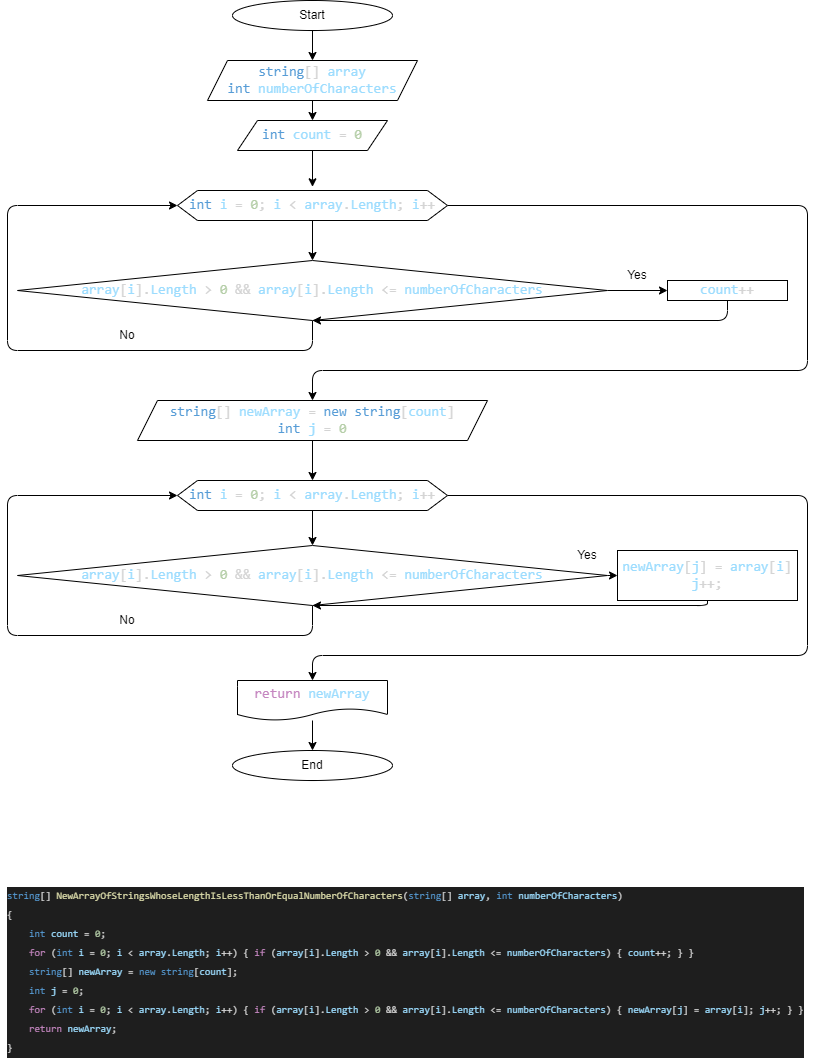
Earlier version of the draw.io export Case_1.Drawio.png (Andkor92/Block_1_ControlWork). Source tidied: cells renumbered, new cells last; positions are measured from the earlier drawing's top-left corner, leaving out a move shared by most shapes.
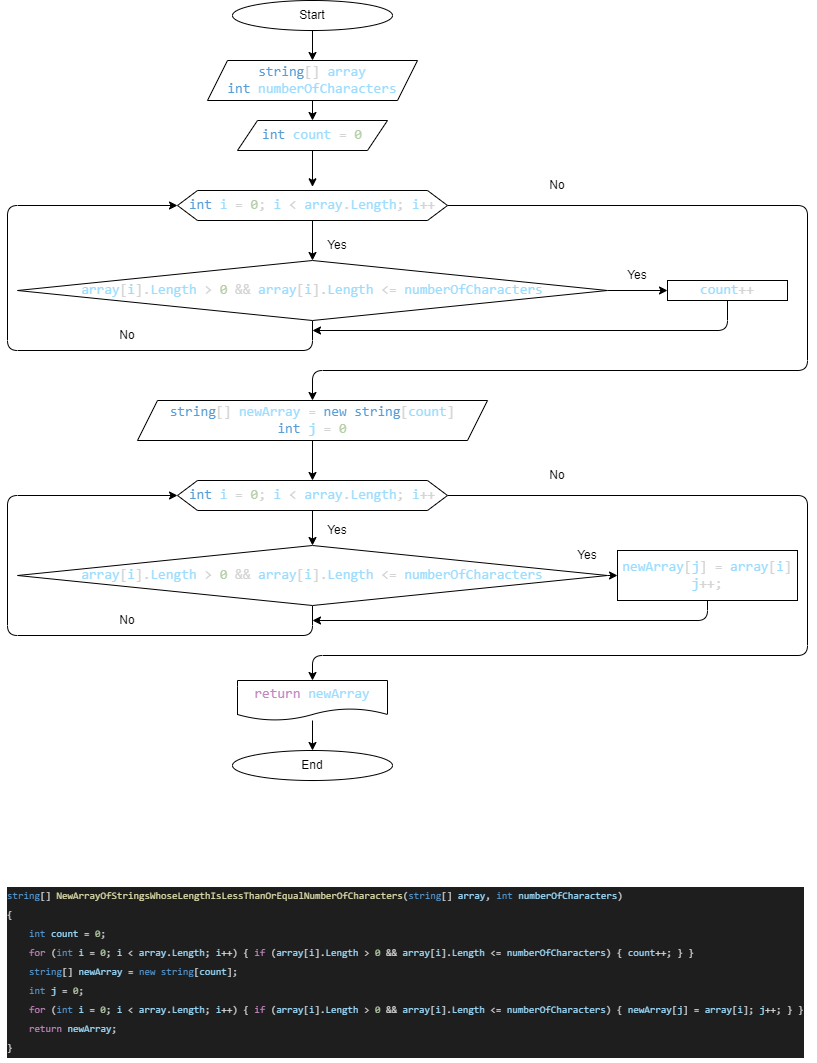
After the commit.

Commit message:
Added a flowchart for case 2

Diff of the diagram source:
```diff
@@ -47,10 +47,11 @@
     <mxCell id="12" value="&lt;span style=&quot;font-family: &amp;#34;consolas&amp;#34; , &amp;#34;courier new&amp;#34; , monospace ; font-size: 14px ; text-align: left ; color: rgb(156 , 220 , 254)&quot;&gt;array&lt;/span&gt;&lt;span style=&quot;color: rgb(212 , 212 , 212) ; font-family: &amp;#34;consolas&amp;#34; , &amp;#34;courier new&amp;#34; , monospace ; font-size: 14px ; text-align: left&quot;&gt;[&lt;/span&gt;&lt;span style=&quot;font-family: &amp;#34;consolas&amp;#34; , &amp;#34;courier new&amp;#34; , monospace ; font-size: 14px ; text-align: left ; color: rgb(156 , 220 , 254)&quot;&gt;i&lt;/span&gt;&lt;span style=&quot;color: rgb(212 , 212 , 212) ; font-family: &amp;#34;consolas&amp;#34; , &amp;#34;courier new&amp;#34; , monospace ; font-size: 14px ; text-align: left&quot;&gt;]&lt;/span&gt;&lt;span style=&quot;color: rgb(212 , 212 , 212) ; font-family: &amp;#34;consolas&amp;#34; , &amp;#34;courier new&amp;#34; , monospace ; font-size: 14px ; text-align: left&quot;&gt;.&lt;/span&gt;&lt;span style=&quot;font-family: &amp;#34;consolas&amp;#34; , &amp;#34;courier new&amp;#34; , monospace ; font-size: 14px ; text-align: left ; color: rgb(156 , 220 , 254)&quot;&gt;Length&lt;/span&gt;&lt;span style=&quot;color: rgb(212 , 212 , 212) ; font-family: &amp;#34;consolas&amp;#34; , &amp;#34;courier new&amp;#34; , monospace ; font-size: 14px ; text-align: left&quot;&gt;&amp;nbsp;&lt;/span&gt;&lt;span style=&quot;color: rgb(212 , 212 , 212) ; font-family: &amp;#34;consolas&amp;#34; , &amp;#34;courier new&amp;#34; , monospace ; font-size: 14px ; text-align: left&quot;&gt;&amp;gt;&lt;/span&gt;&lt;span style=&quot;color: rgb(212 , 212 , 212) ; font-family: &amp;#34;consolas&amp;#34; , &amp;#34;courier new&amp;#34; , monospace ; font-size: 14px ; text-align: left&quot;&gt;&amp;nbsp;&lt;/span&gt;&lt;span style=&quot;font-family: &amp;#34;consolas&amp;#34; , &amp;#34;courier new&amp;#34; , monospace ; font-size: 14px ; text-align: left ; color: rgb(181 , 206 , 168)&quot;&gt;0&lt;/span&gt;&lt;span style=&quot;color: rgb(212 , 212 , 212) ; font-family: &amp;#34;consolas&amp;#34; , &amp;#34;courier new&amp;#34; , monospace ; font-size: 14px ; text-align: left&quot;&gt;&amp;nbsp;&lt;/span&gt;&lt;span style=&quot;color: rgb(212 , 212 , 212) ; font-family: &amp;#34;consolas&amp;#34; , &amp;#34;courier new&amp;#34; , monospace ; font-size: 14px ; text-align: left&quot;&gt;&amp;amp;&amp;amp;&lt;/span&gt;&lt;span style=&quot;color: rgb(212 , 212 , 212) ; font-family: &amp;#34;consolas&amp;#34; , &amp;#34;courier new&amp;#34; , monospace ; font-size: 14px ; text-align: left&quot;&gt;&amp;nbsp;&lt;/span&gt;&lt;span style=&quot;font-family: &amp;#34;consolas&amp;#34; , &amp;#34;courier new&amp;#34; , monospace ; font-size: 14px ; text-align: left ; color: rgb(156 , 220 , 254)&quot;&gt;array&lt;/span&gt;&lt;span style=&quot;color: rgb(212 , 212 , 212) ; font-family: &amp;#34;consolas&amp;#34; , &amp;#34;courier new&amp;#34; , monospace ; font-size: 14px ; text-align: left&quot;&gt;[&lt;/span&gt;&lt;span style=&quot;font-family: &amp;#34;consolas&amp;#34; , &amp;#34;courier new&amp;#34; , monospace ; font-size: 14px ; text-align: left ; color: rgb(156 , 220 , 254)&quot;&gt;i&lt;/span&gt;&lt;span style=&quot;color: rgb(212 , 212 , 212) ; font-family: &amp;#34;consolas&amp;#34; , &amp;#34;courier new&amp;#34; , monospace ; font-size: 14px ; text-align: left&quot;&gt;]&lt;/span&gt;&lt;span style=&quot;color: rgb(212 , 212 , 212) ; font-family: &amp;#34;consolas&amp;#34; , &amp;#34;courier new&amp;#34; , monospace ; font-size: 14px ; text-align: left&quot;&gt;.&lt;/span&gt;&lt;span style=&quot;font-family: &amp;#34;consolas&amp;#34; , &amp;#34;courier new&amp;#34; , monospace ; font-size: 14px ; text-align: left ; color: rgb(156 , 220 , 254)&quot;&gt;Length&lt;/span&gt;&lt;span style=&quot;color: rgb(212 , 212 , 212) ; font-family: &amp;#34;consolas&amp;#34; , &amp;#34;courier new&amp;#34; , monospace ; font-size: 14px ; text-align: left&quot;&gt;&amp;nbsp;&lt;/span&gt;&lt;span style=&quot;color: rgb(212 , 212 , 212) ; font-family: &amp;#34;consolas&amp;#34; , &amp;#34;courier new&amp;#34; , monospace ; font-size: 14px ; text-align: left&quot;&gt;&amp;lt;=&lt;/span&gt;&lt;span style=&quot;color: rgb(212 , 212 , 212) ; font-family: &amp;#34;consolas&amp;#34; , &amp;#34;courier new&amp;#34; , monospace ; font-size: 14px ; text-align: left&quot;&gt;&amp;nbsp;&lt;/span&gt;&lt;span style=&quot;font-family: &amp;#34;consolas&amp;#34; , &amp;#34;courier new&amp;#34; , monospace ; font-size: 14px ; text-align: left ; color: rgb(156 , 220 , 254)&quot;&gt;numberOfCharacters&lt;/span&gt;" style="rhombus;whiteSpace=wrap;html=1;labelBackgroundColor=none;" parent="1" vertex="1">
       <mxGeometry x="12" y="260" width="590" height="60" as="geometry" />
     </mxCell>
-    <mxCell id="13" style="edgeStyle=none;html=1;entryX=0.5;entryY=1;entryDx=0;entryDy=0;" parent="1" edge="1" source="14" target="12">
+    <mxCell id="13" style="edgeStyle=none;html=1;" parent="1" edge="1" source="14">
       <mxGeometry relative="1" as="geometry">
+        <mxPoint x="307" y="330" as="targetPoint" />
         <Array as="points">
-          <mxPoint x="722" y="320" />
+          <mxPoint x="722" y="330" />
         </Array>
       </mxGeometry>
     </mxCell>
@@ -90,10 +91,11 @@
     <mxCell id="21" value="&lt;span style=&quot;font-family: &amp;#34;consolas&amp;#34; , &amp;#34;courier new&amp;#34; , monospace ; font-size: 14px ; text-align: left ; color: rgb(156 , 220 , 254)&quot;&gt;array&lt;/span&gt;&lt;span style=&quot;color: rgb(212 , 212 , 212) ; font-family: &amp;#34;consolas&amp;#34; , &amp;#34;courier new&amp;#34; , monospace ; font-size: 14px ; text-align: left&quot;&gt;[&lt;/span&gt;&lt;span style=&quot;font-family: &amp;#34;consolas&amp;#34; , &amp;#34;courier new&amp;#34; , monospace ; font-size: 14px ; text-align: left ; color: rgb(156 , 220 , 254)&quot;&gt;i&lt;/span&gt;&lt;span style=&quot;color: rgb(212 , 212 , 212) ; font-family: &amp;#34;consolas&amp;#34; , &amp;#34;courier new&amp;#34; , monospace ; font-size: 14px ; text-align: left&quot;&gt;]&lt;/span&gt;&lt;span style=&quot;color: rgb(212 , 212 , 212) ; font-family: &amp;#34;consolas&amp;#34; , &amp;#34;courier new&amp;#34; , monospace ; font-size: 14px ; text-align: left&quot;&gt;.&lt;/span&gt;&lt;span style=&quot;font-family: &amp;#34;consolas&amp;#34; , &amp;#34;courier new&amp;#34; , monospace ; font-size: 14px ; text-align: left ; color: rgb(156 , 220 , 254)&quot;&gt;Length&lt;/span&gt;&lt;span style=&quot;color: rgb(212 , 212 , 212) ; font-family: &amp;#34;consolas&amp;#34; , &amp;#34;courier new&amp;#34; , monospace ; font-size: 14px ; text-align: left&quot;&gt;&amp;nbsp;&lt;/span&gt;&lt;span style=&quot;color: rgb(212 , 212 , 212) ; font-family: &amp;#34;consolas&amp;#34; , &amp;#34;courier new&amp;#34; , monospace ; font-size: 14px ; text-align: left&quot;&gt;&amp;gt;&lt;/span&gt;&lt;span style=&quot;color: rgb(212 , 212 , 212) ; font-family: &amp;#34;consolas&amp;#34; , &amp;#34;courier new&amp;#34; , monospace ; font-size: 14px ; text-align: left&quot;&gt;&amp;nbsp;&lt;/span&gt;&lt;span style=&quot;font-family: &amp;#34;consolas&amp;#34; , &amp;#34;courier new&amp;#34; , monospace ; font-size: 14px ; text-align: left ; color: rgb(181 , 206 , 168)&quot;&gt;0&lt;/span&gt;&lt;span style=&quot;color: rgb(212 , 212 , 212) ; font-family: &amp;#34;consolas&amp;#34; , &amp;#34;courier new&amp;#34; , monospace ; font-size: 14px ; text-align: left&quot;&gt;&amp;nbsp;&lt;/span&gt;&lt;span style=&quot;color: rgb(212 , 212 , 212) ; font-family: &amp;#34;consolas&amp;#34; , &amp;#34;courier new&amp;#34; , monospace ; font-size: 14px ; text-align: left&quot;&gt;&amp;amp;&amp;amp;&lt;/span&gt;&lt;span style=&quot;color: rgb(212 , 212 , 212) ; font-family: &amp;#34;consolas&amp;#34; , &amp;#34;courier new&amp;#34; , monospace ; font-size: 14px ; text-align: left&quot;&gt;&amp;nbsp;&lt;/span&gt;&lt;span style=&quot;font-family: &amp;#34;consolas&amp;#34; , &amp;#34;courier new&amp;#34; , monospace ; font-size: 14px ; text-align: left ; color: rgb(156 , 220 , 254)&quot;&gt;array&lt;/span&gt;&lt;span style=&quot;color: rgb(212 , 212 , 212) ; font-family: &amp;#34;consolas&amp;#34; , &amp;#34;courier new&amp;#34; , monospace ; font-size: 14px ; text-align: left&quot;&gt;[&lt;/span&gt;&lt;span style=&quot;font-family: &amp;#34;consolas&amp;#34; , &amp;#34;courier new&amp;#34; , monospace ; font-size: 14px ; text-align: left ; color: rgb(156 , 220 , 254)&quot;&gt;i&lt;/span&gt;&lt;span style=&quot;color: rgb(212 , 212 , 212) ; font-family: &amp;#34;consolas&amp;#34; , &amp;#34;courier new&amp;#34; , monospace ; font-size: 14px ; text-align: left&quot;&gt;]&lt;/span&gt;&lt;span style=&quot;color: rgb(212 , 212 , 212) ; font-family: &amp;#34;consolas&amp;#34; , &amp;#34;courier new&amp;#34; , monospace ; font-size: 14px ; text-align: left&quot;&gt;.&lt;/span&gt;&lt;span style=&quot;font-family: &amp;#34;consolas&amp;#34; , &amp;#34;courier new&amp;#34; , monospace ; font-size: 14px ; text-align: left ; color: rgb(156 , 220 , 254)&quot;&gt;Length&lt;/span&gt;&lt;span style=&quot;color: rgb(212 , 212 , 212) ; font-family: &amp;#34;consolas&amp;#34; , &amp;#34;courier new&amp;#34; , monospace ; font-size: 14px ; text-align: left&quot;&gt;&amp;nbsp;&lt;/span&gt;&lt;span style=&quot;color: rgb(212 , 212 , 212) ; font-family: &amp;#34;consolas&amp;#34; , &amp;#34;courier new&amp;#34; , monospace ; font-size: 14px ; text-align: left&quot;&gt;&amp;lt;=&lt;/span&gt;&lt;span style=&quot;color: rgb(212 , 212 , 212) ; font-family: &amp;#34;consolas&amp;#34; , &amp;#34;courier new&amp;#34; , monospace ; font-size: 14px ; text-align: left&quot;&gt;&amp;nbsp;&lt;/span&gt;&lt;span style=&quot;font-family: &amp;#34;consolas&amp;#34; , &amp;#34;courier new&amp;#34; , monospace ; font-size: 14px ; text-align: left ; color: rgb(156 , 220 , 254)&quot;&gt;numberOfCharacters&lt;/span&gt;" style="rhombus;whiteSpace=wrap;html=1;labelBackgroundColor=none;" parent="1" vertex="1">
       <mxGeometry x="12" y="545" width="590" height="60" as="geometry" />
     </mxCell>
-    <mxCell id="22" style="edgeStyle=none;html=1;entryX=0.5;entryY=1;entryDx=0;entryDy=0;" parent="1" edge="1" source="23" target="21">
+    <mxCell id="22" style="edgeStyle=none;html=1;" parent="1" edge="1" source="23">
       <mxGeometry relative="1" as="geometry">
+        <mxPoint x="307" y="620" as="targetPoint" />
         <Array as="points">
-          <mxPoint x="702" y="605" />
+          <mxPoint x="702" y="620" />
         </Array>
       </mxGeometry>
     </mxCell>
@@ -130,5 +132,17 @@
     <mxCell id="33" value="&lt;div style=&quot;color: rgb(212 , 212 , 212) ; font-family: &amp;#34;consolas&amp;#34; , &amp;#34;courier new&amp;#34; , monospace ; font-size: 14px&quot;&gt;&lt;span style=&quot;color: rgb(86 , 156 , 214)&quot;&gt;string&lt;/span&gt;[]&amp;nbsp;&lt;span style=&quot;color: rgb(156 , 220 , 254)&quot;&gt;newArray&lt;/span&gt;&amp;nbsp;=&amp;nbsp;&lt;span style=&quot;color: rgb(86 , 156 , 214)&quot;&gt;new&lt;/span&gt;&amp;nbsp;&lt;span style=&quot;color: rgb(86 , 156 , 214)&quot;&gt;string&lt;/span&gt;[&lt;span style=&quot;color: rgb(156 , 220 , 254)&quot;&gt;count&lt;/span&gt;]&lt;/div&gt;&lt;div style=&quot;color: rgb(212 , 212 , 212) ; font-family: &amp;#34;consolas&amp;#34; , &amp;#34;courier new&amp;#34; , monospace ; font-size: 14px&quot;&gt;&lt;span style=&quot;color: rgb(86 , 156 , 214)&quot;&gt;int&lt;/span&gt;&amp;nbsp;&lt;span style=&quot;color: rgb(156 , 220 , 254)&quot;&gt;j&lt;/span&gt;&amp;nbsp;=&amp;nbsp;&lt;span style=&quot;color: rgb(181 , 206 , 168)&quot;&gt;0&lt;/span&gt;&lt;/div&gt;" style="shape=parallelogram;perimeter=parallelogramPerimeter;whiteSpace=wrap;html=1;fixedSize=1;labelBackgroundColor=none;fontSize=10;" parent="1" vertex="1">
       <mxGeometry x="132" y="400" width="350" height="40" as="geometry" />
     </mxCell>
+    <mxCell id="34" value="Yes" style="text;html=1;strokeColor=none;fillColor=none;align=center;verticalAlign=middle;whiteSpace=wrap;rounded=0;labelBackgroundColor=none;" parent="1" vertex="1">
+      <mxGeometry x="302" y="230" width="60" height="30" as="geometry" />
+    </mxCell>
+    <mxCell id="35" value="No" style="text;html=1;strokeColor=none;fillColor=none;align=center;verticalAlign=middle;whiteSpace=wrap;rounded=0;labelBackgroundColor=none;" parent="1" vertex="1">
+      <mxGeometry x="522" y="170" width="60" height="30" as="geometry" />
+    </mxCell>
+    <mxCell id="36" value="No" style="text;html=1;strokeColor=none;fillColor=none;align=center;verticalAlign=middle;whiteSpace=wrap;rounded=0;labelBackgroundColor=none;" parent="1" vertex="1">
+      <mxGeometry x="522" y="460" width="60" height="30" as="geometry" />
+    </mxCell>
+    <mxCell id="37" value="Yes" style="text;html=1;strokeColor=none;fillColor=none;align=center;verticalAlign=middle;whiteSpace=wrap;rounded=0;labelBackgroundColor=none;" parent="1" vertex="1">
+      <mxGeometry x="302" y="515" width="60" height="30" as="geometry" />
+    </mxCell>
   </root>
 </mxGraphModel>
```
